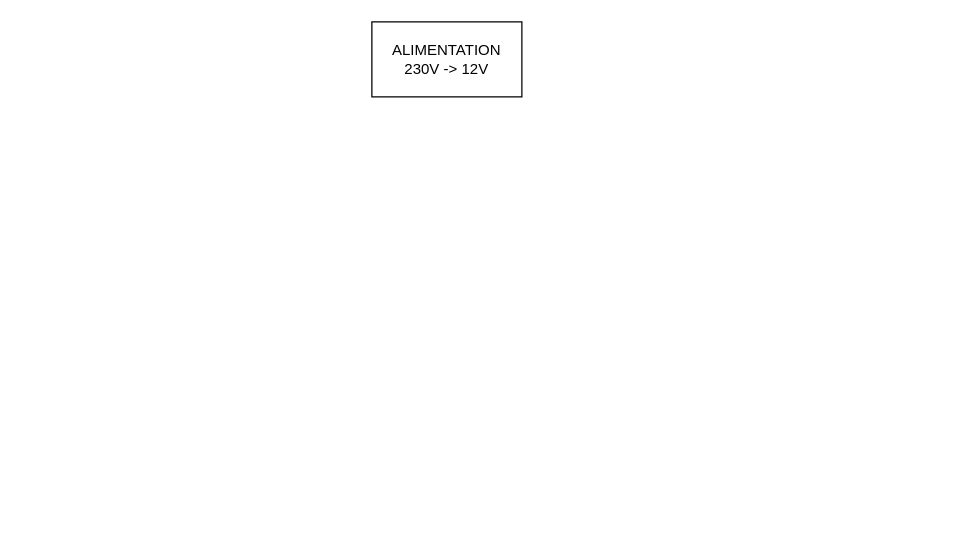
Before: Gestion de projet/Untitled Diagram.drawio in mael-lukas/2425_Projet2A_Animatronic, a draw.io diagram. Source tidied: cells renumbered, new cells numbered last; positions are measured from the earlier drawing's top-left corner, leaving out a move shared by most shapes. Both pictures are drawn from the tidied source at 125%, with x=0, y=0 at pixel (371, 21).
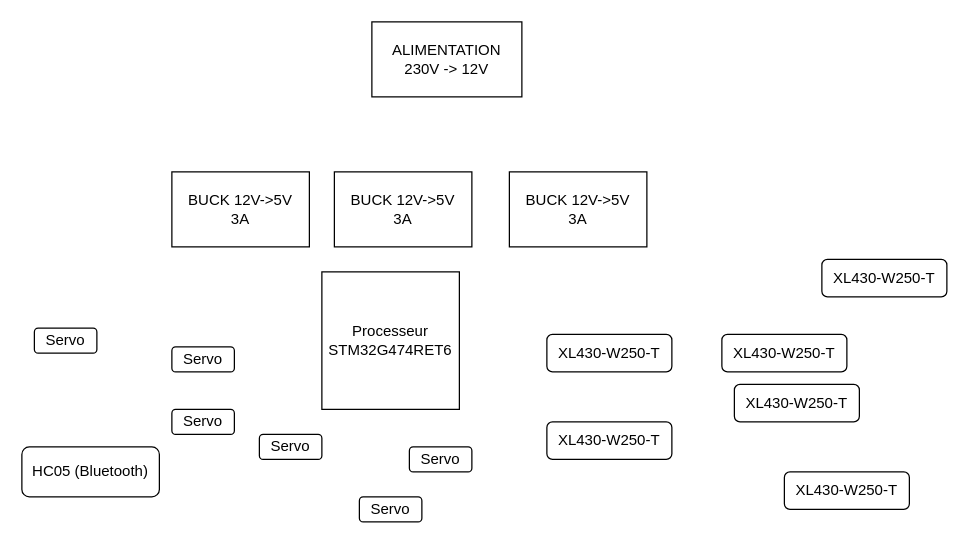
The same diagram, later.

Change to the diagram source:
```diff
@@
 <mxGraphModel>
   <root>
     <mxCell id="0" />
     <mxCell id="1" parent="0" />
     <mxCell id="2" value="&lt;div&gt;ALIMENTATION&lt;/div&gt;&lt;div&gt;230V -&amp;gt; 12V&lt;br&gt;&lt;/div&gt;" style="rounded=0;whiteSpace=wrap;html=1;" parent="1" vertex="1">
       <mxGeometry width="120" height="60" as="geometry" />
     </mxCell>
+    <mxCell id="3" value="&lt;div&gt;BUCK 12V-&amp;gt;5V&lt;/div&gt;3A" style="rounded=0;whiteSpace=wrap;html=1;" parent="1" vertex="1">
+      <mxGeometry x="-160" y="120" width="110" height="60" as="geometry" />
+    </mxCell>
+    <mxCell id="4" value="&lt;div&gt;BUCK 12V-&amp;gt;5V&lt;/div&gt;&lt;div&gt;3A&lt;br&gt;&lt;/div&gt;" style="rounded=0;whiteSpace=wrap;html=1;" parent="1" vertex="1">
+      <mxGeometry x="-30" y="120" width="110" height="60" as="geometry" />
+    </mxCell>
+    <mxCell id="5" value="&lt;div&gt;BUCK 12V-&amp;gt;5V&lt;/div&gt;&lt;div&gt;3A&lt;br&gt;&lt;/div&gt;" style="rounded=0;whiteSpace=wrap;html=1;" parent="1" vertex="1">
+      <mxGeometry x="110" y="120" width="110" height="60" as="geometry" />
+    </mxCell>
+    <mxCell id="6" value="&lt;div&gt;Processeur&lt;/div&gt;&lt;div&gt;STM32G474RET6&lt;br&gt;&lt;/div&gt;" style="whiteSpace=wrap;html=1;" parent="1" vertex="1">
+      <mxGeometry x="-40" y="200" width="110" height="110" as="geometry" />
+    </mxCell>
+    <mxCell id="7" value="Servo" style="rounded=1;whiteSpace=wrap;html=1;" parent="1" vertex="1">
+      <mxGeometry x="-270" y="245" width="50" height="20" as="geometry" />
+    </mxCell>
+    <mxCell id="8" value="Servo" style="rounded=1;whiteSpace=wrap;html=1;" parent="1" vertex="1">
+      <mxGeometry x="-160" y="260" width="50" height="20" as="geometry" />
+    </mxCell>
+    <mxCell id="9" value="Servo" style="rounded=1;whiteSpace=wrap;html=1;" parent="1" vertex="1">
+      <mxGeometry x="-160" y="310" width="50" height="20" as="geometry" />
+    </mxCell>
+    <mxCell id="10" value="Servo" style="rounded=1;whiteSpace=wrap;html=1;" parent="1" vertex="1">
+      <mxGeometry x="-90" y="330" width="50" height="20" as="geometry" />
+    </mxCell>
+    <mxCell id="11" value="Servo" style="rounded=1;whiteSpace=wrap;html=1;" parent="1" vertex="1">
+      <mxGeometry x="30" y="340" width="50" height="20" as="geometry" />
+    </mxCell>
+    <mxCell id="12" value="Servo" style="rounded=1;whiteSpace=wrap;html=1;" parent="1" vertex="1">
+      <mxGeometry x="-10" y="380" width="50" height="20" as="geometry" />
+    </mxCell>
+    <mxCell id="13" value="XL430-W250-T" style="rounded=1;whiteSpace=wrap;html=1;" parent="1" vertex="1">
+      <mxGeometry x="140" y="250" width="100" height="30" as="geometry" />
+    </mxCell>
+    <mxCell id="14" value="XL430-W250-T" style="rounded=1;whiteSpace=wrap;html=1;" parent="1" vertex="1">
+      <mxGeometry x="290" y="290" width="100" height="30" as="geometry" />
+    </mxCell>
+    <mxCell id="15" value="XL430-W250-T" style="rounded=1;whiteSpace=wrap;html=1;" parent="1" vertex="1">
+      <mxGeometry x="140" y="320" width="100" height="30" as="geometry" />
+    </mxCell>
+    <mxCell id="16" value="XL430-W250-T" style="rounded=1;whiteSpace=wrap;html=1;" parent="1" vertex="1">
+      <mxGeometry x="280" y="250" width="100" height="30" as="geometry" />
+    </mxCell>
+    <mxCell id="17" value="XL430-W250-T" style="rounded=1;whiteSpace=wrap;html=1;" parent="1" vertex="1">
+      <mxGeometry x="360" y="190" width="100" height="30" as="geometry" />
+    </mxCell>
+    <mxCell id="18" value="XL430-W250-T" style="rounded=1;whiteSpace=wrap;html=1;" parent="1" vertex="1">
+      <mxGeometry x="330" y="360" width="100" height="30" as="geometry" />
+    </mxCell>
+    <mxCell id="19" value="HC05 (Bluetooth)" style="rounded=1;whiteSpace=wrap;html=1;" parent="1" vertex="1">
+      <mxGeometry x="-280" y="340" width="110" height="40" as="geometry" />
+    </mxCell>
   </root>
 </mxGraphModel>
```
